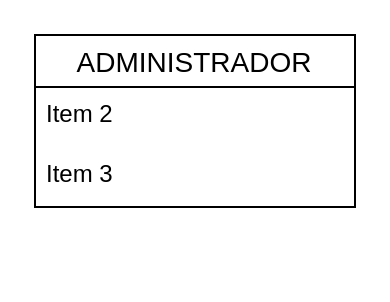
The draw.io diagram 2P-0811-TESTE-2-14620.drawio in Frederico994/Diagramas, before the edit. Source tidied: cells renumbered, new cells numbered last; positions are measured from the earlier drawing's top-left corner, leaving out a move shared by most shapes. Both pictures are drawn from the tidied source at 200%, with x=0, y=0 at pixel (34, 34).
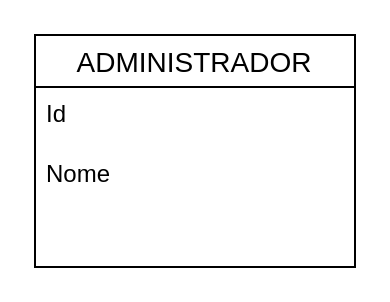
The same diagram, later.

The edit, as a diff of the source:
```diff
@@
 <mxGraphModel>
   <root>
     <mxCell id="0" />
     <mxCell id="1" parent="0" />
     <mxCell id="2" value="ADMINISTRADOR" style="swimlane;fontStyle=0;horizontal=1;startSize=26;align=center;fontSize=14;" parent="1" vertex="1">
-      <mxGeometry width="160" height="86" as="geometry" />
+      <mxGeometry width="160" height="116" as="geometry" />
     </mxCell>
-    <mxCell id="3" value="Item 2" style="text;strokeColor=none;fillColor=none;spacingLeft=4;spacingRight=4;overflow=hidden;fontSize=12;whiteSpace=wrap;html=1;" parent="2" vertex="1">
+    <mxCell id="3" value="Id" style="text;strokeColor=none;fillColor=none;spacingLeft=4;spacingRight=4;overflow=hidden;fontSize=12;whiteSpace=wrap;html=1;" parent="2" vertex="1">
       <mxGeometry y="26" width="160" height="30" as="geometry" />
     </mxCell>
-    <mxCell id="4" value="Item 3" style="text;strokeColor=none;fillColor=none;spacingLeft=4;spacingRight=4;overflow=hidden;fontSize=12;whiteSpace=wrap;html=1;" parent="2" vertex="1">
+    <mxCell id="4" value="Nome" style="text;strokeColor=none;fillColor=none;spacingLeft=4;spacingRight=4;overflow=hidden;fontSize=12;whiteSpace=wrap;html=1;" parent="2" vertex="1">
       <mxGeometry y="56" width="160" height="30" as="geometry" />
     </mxCell>
+    <mxCell id="5" style="text;strokeColor=none;fillColor=none;spacingLeft=4;spacingRight=4;overflow=hidden;fontSize=12;whiteSpace=wrap;html=1;" parent="2" vertex="1">
+      <mxGeometry y="86" width="160" height="30" as="geometry" />
+    </mxCell>
   </root>
 </mxGraphModel>
```
